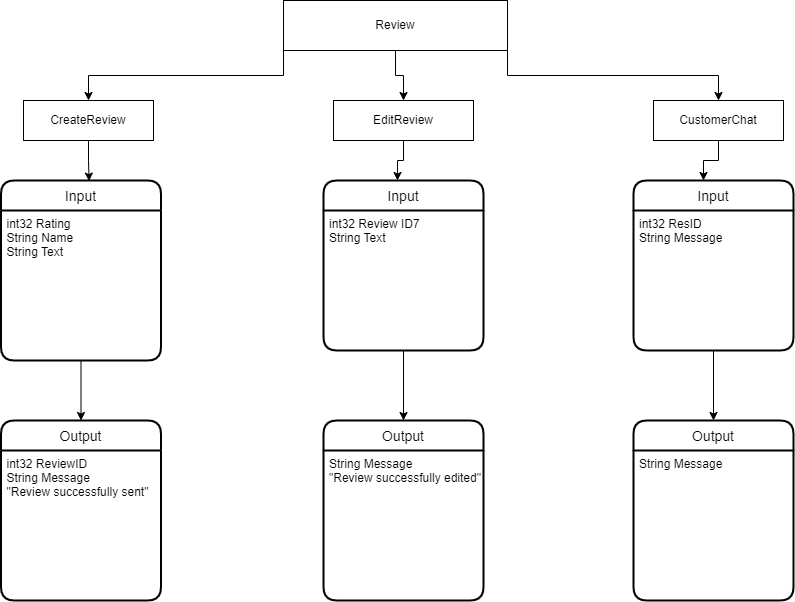
Gmassis/DS-CA keeps this draw.io diagram as ReviewService.drawio.png. Above is the earlier version. Source tidied: cells renumbered, new cells last; positions are measured from the earlier drawing's top-left corner, leaving out a move shared by most shapes.
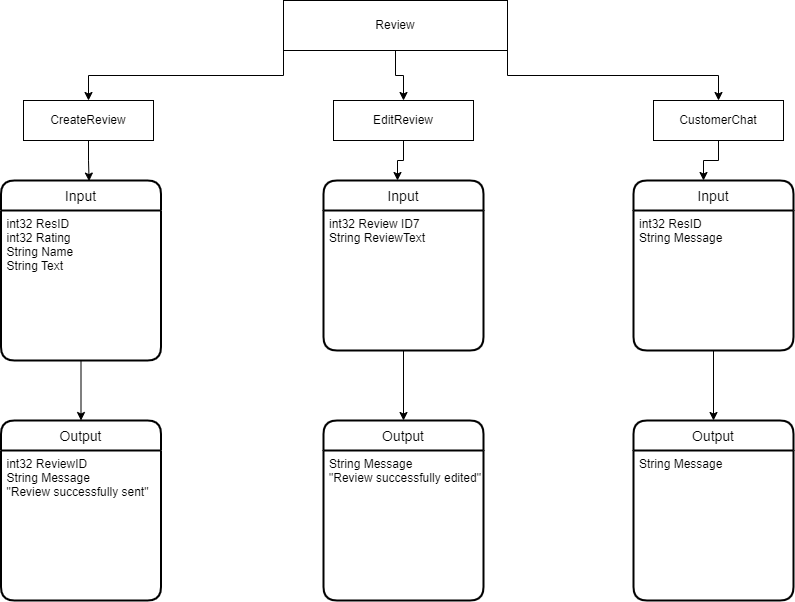
The same diagram one commit later.

Change to the diagram source:
```diff
@@ -41,13 +41,13 @@
     <mxCell id="12" value="Input" style="swimlane;horizontal=1;startSize=30;rounded=1;fontSize=14;fontStyle=0;strokeWidth=2;shadow=0;dashed=0;align=center;" parent="1" vertex="1">
       <mxGeometry x="-0.5" y="180" width="160" height="180" as="geometry" />
     </mxCell>
-    <mxCell id="13" value="int32 Rating&#10;String Name&#10;String Text" style="align=left;strokeColor=none;fillColor=none;spacingLeft=4;fontSize=12;verticalAlign=top;" parent="12" vertex="1">
+    <mxCell id="13" value="int32 ResID&#10;int32 Rating&#10;String Name&#10;String Text" style="align=left;strokeColor=none;fillColor=none;spacingLeft=4;fontSize=12;verticalAlign=top;" parent="12" vertex="1">
       <mxGeometry y="30" width="160" height="150" as="geometry" />
     </mxCell>
     <mxCell id="14" value="Input" style="swimlane;horizontal=1;startSize=30;rounded=1;fontSize=14;fontStyle=0;strokeWidth=2;shadow=0;dashed=0;align=center;" parent="1" vertex="1">
       <mxGeometry x="322" y="180" width="160" height="170" as="geometry" />
     </mxCell>
-    <mxCell id="15" value="int32 Review ID7&#10;String Text" style="align=left;strokeColor=none;fillColor=none;spacingLeft=4;fontSize=12;verticalAlign=top;" parent="14" vertex="1">
+    <mxCell id="15" value="int32 Review ID7&#10;String ReviewText" style="align=left;strokeColor=none;fillColor=none;spacingLeft=4;fontSize=12;verticalAlign=top;" parent="14" vertex="1">
       <mxGeometry y="30" width="160" height="140" as="geometry" />
     </mxCell>
     <mxCell id="16" value="Input" style="swimlane;horizontal=1;startSize=30;rounded=1;fontSize=14;fontStyle=0;strokeWidth=2;shadow=0;dashed=0;align=center;" parent="1" vertex="1">
```
